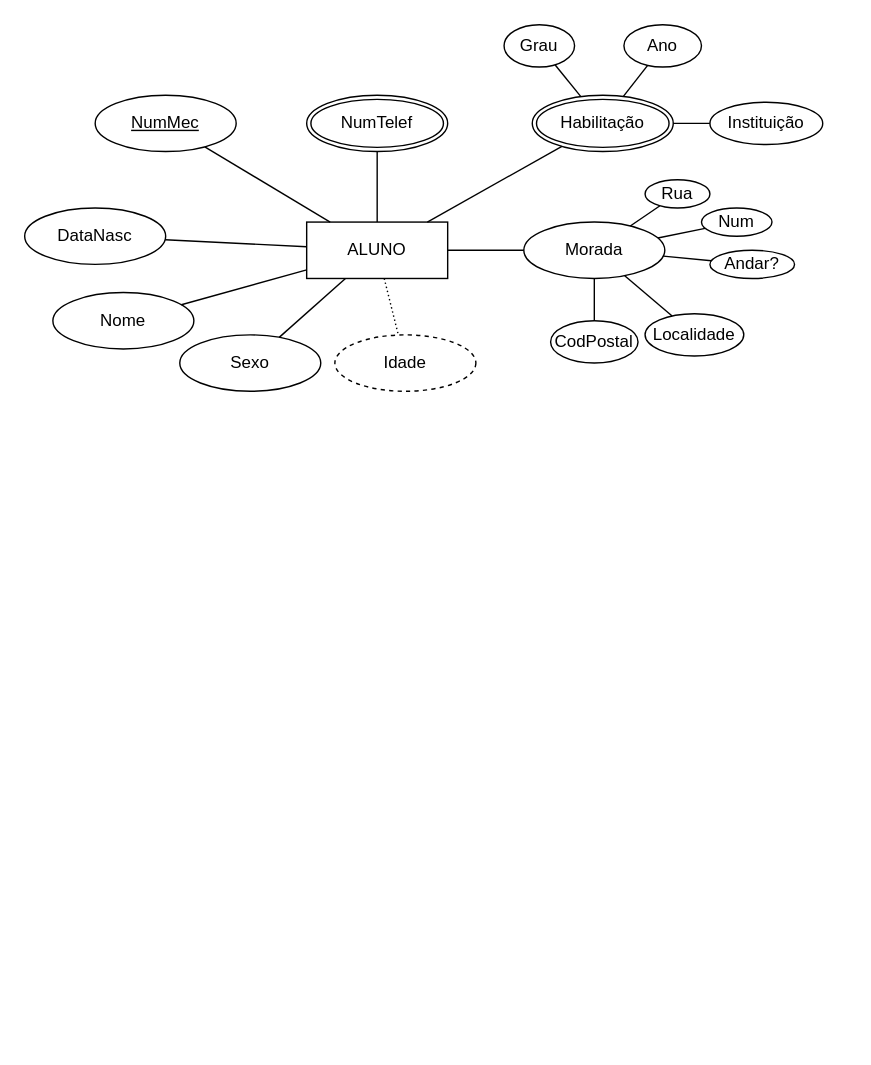
Earlier version of the draw.io diagram Diagrama_escolar.drawio (a14469oficina/Diagrama). Source tidied: cells renumbered, new cells numbered last; positions are measured from the earlier drawing's top-left corner, leaving out a move shared by most shapes. Both pictures are drawn from the tidied source at 141%, with x=0, y=0 at pixel (24, 24).
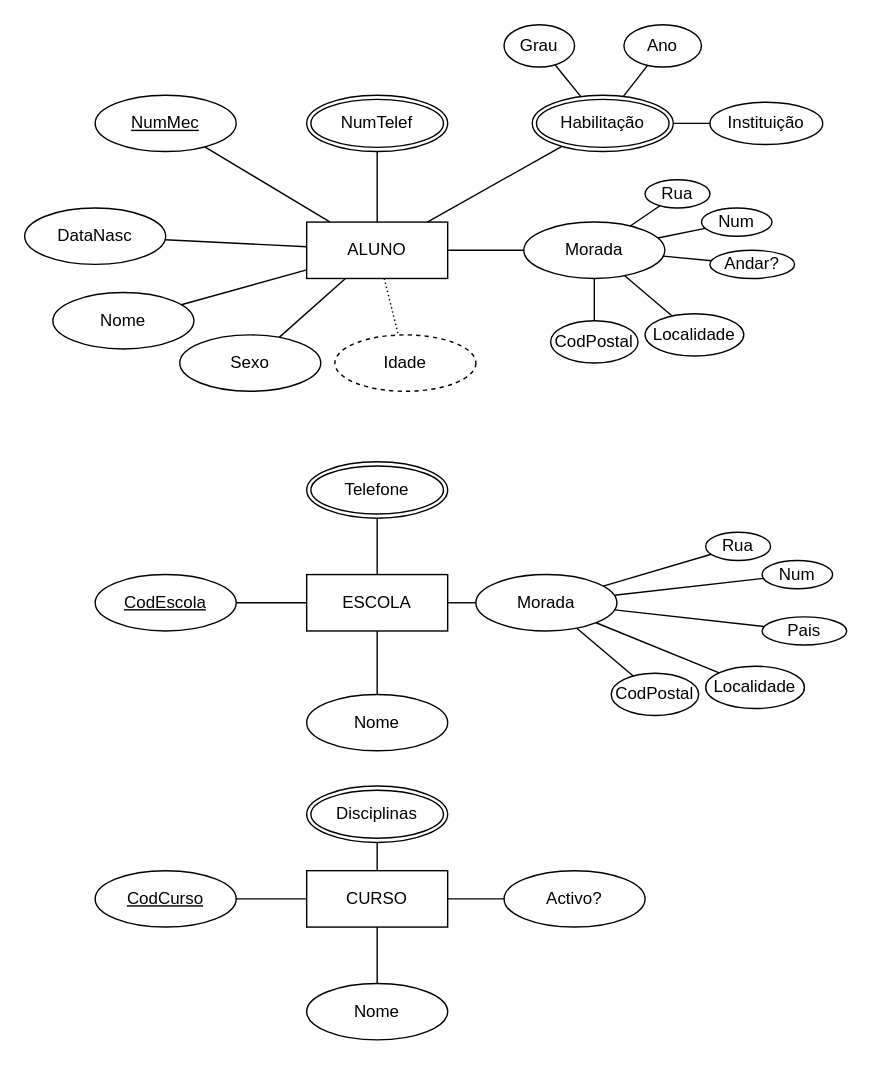
The same page after the edit.

The edit, as a diff of the source:
```diff
@@
+    <mxCell id="35" value="ESCOLA" style="whiteSpace=wrap;html=1;align=center;" parent="1" vertex="1">
+      <mxGeometry x="200" y="390" width="100" height="40" as="geometry" />
+    </mxCell>
+    <mxCell id="36" value="Nome" style="ellipse;whiteSpace=wrap;html=1;align=center;" parent="1" vertex="1">
+      <mxGeometry x="200" y="475" width="100" height="40" as="geometry" />
+    </mxCell>
+    <mxCell id="37" value="CodEscola" style="ellipse;whiteSpace=wrap;html=1;align=center;fontStyle=4;" parent="1" vertex="1">
+      <mxGeometry x="50" y="390" width="100" height="40" as="geometry" />
+    </mxCell>
+    <mxCell id="38" style="endArrow=none;html=1;rounded=0;" parent="1" edge="1" source="37" target="35">
+      <mxGeometry relative="1" as="geometry" />
+    </mxCell>
+    <mxCell id="39" style="endArrow=none;html=1;rounded=0;" parent="1" edge="1" source="36" target="35">
+      <mxGeometry relative="1" as="geometry" />
+    </mxCell>
+    <mxCell id="40" value="Telefone" style="ellipse;shape=doubleEllipse;margin=3;whiteSpace=wrap;html=1;align=center;" parent="1" vertex="1">
+      <mxGeometry x="200" y="310" width="100" height="40" as="geometry" />
+    </mxCell>
+    <mxCell id="41" style="endArrow=none;html=1;rounded=0;" parent="1" edge="1" source="40" target="35">
+      <mxGeometry relative="1" as="geometry" />
+    </mxCell>
+    <mxCell id="42" value="Morada" style="ellipse;whiteSpace=wrap;html=1;align=center;" parent="1" vertex="1">
+      <mxGeometry x="320" y="390" width="100" height="40" as="geometry" />
+    </mxCell>
+    <mxCell id="43" value="CodPostal" style="ellipse;whiteSpace=wrap;html=1;align=center;" parent="1" vertex="1">
+      <mxGeometry x="416" y="460" width="62" height="30" as="geometry" />
+    </mxCell>
+    <mxCell id="44" style="endArrow=none;html=1;rounded=0;" parent="1" edge="1" source="42" target="43">
+      <mxGeometry relative="1" as="geometry" />
+    </mxCell>
+    <mxCell id="45" value="Localidade" style="ellipse;whiteSpace=wrap;html=1;align=center;" parent="1" vertex="1">
+      <mxGeometry x="483" y="455" width="70" height="30" as="geometry" />
+    </mxCell>
+    <mxCell id="46" style="endArrow=none;html=1;rounded=0;" parent="1" edge="1" source="42" target="45">
+      <mxGeometry relative="1" as="geometry" />
+    </mxCell>
+    <mxCell id="47" value="Pais" style="ellipse;whiteSpace=wrap;html=1;align=center;" parent="1" vertex="1">
+      <mxGeometry x="523" y="420" width="60" height="20" as="geometry" />
+    </mxCell>
+    <mxCell id="48" style="endArrow=none;html=1;rounded=0;" parent="1" edge="1" source="42" target="47">
+      <mxGeometry relative="1" as="geometry" />
+    </mxCell>
+    <mxCell id="49" value="Num" style="ellipse;whiteSpace=wrap;html=1;align=center;" parent="1" vertex="1">
+      <mxGeometry x="523" y="380" width="50" height="20" as="geometry" />
+    </mxCell>
+    <mxCell id="50" style="endArrow=none;html=1;rounded=0;" parent="1" edge="1" source="42" target="49">
+      <mxGeometry relative="1" as="geometry" />
+    </mxCell>
+    <mxCell id="51" value="Rua" style="ellipse;whiteSpace=wrap;html=1;align=center;" parent="1" vertex="1">
+      <mxGeometry x="483" y="360" width="46" height="20" as="geometry" />
+    </mxCell>
+    <mxCell id="52" style="endArrow=none;html=1;rounded=0;" parent="1" edge="1" source="42" target="51">
+      <mxGeometry relative="1" as="geometry" />
+    </mxCell>
+    <mxCell id="53" style="endArrow=none;html=1;rounded=0;" parent="1" edge="1" source="35" target="42">
+      <mxGeometry relative="1" as="geometry" />
+    </mxCell>
+    <mxCell id="54" value="CURSO" style="whiteSpace=wrap;html=1;align=center;" parent="1" vertex="1">
+      <mxGeometry x="200" y="600" width="100" height="40" as="geometry" />
+    </mxCell>
+    <mxCell id="55" value="CodCurso" style="ellipse;whiteSpace=wrap;html=1;align=center;fontStyle=4;" parent="1" vertex="1">
+      <mxGeometry x="50" y="600" width="100" height="40" as="geometry" />
+    </mxCell>
+    <mxCell id="56" style="endArrow=none;html=1;rounded=0;" parent="1" edge="1" source="55" target="54">
+      <mxGeometry relative="1" as="geometry" />
+    </mxCell>
+    <mxCell id="57" value="Nome" style="ellipse;whiteSpace=wrap;html=1;align=center;" parent="1" vertex="1">
+      <mxGeometry x="200" y="680" width="100" height="40" as="geometry" />
+    </mxCell>
+    <mxCell id="58" style="endArrow=none;html=1;rounded=0;" parent="1" edge="1" source="54" target="57">
+      <mxGeometry relative="1" as="geometry" />
+    </mxCell>
+    <mxCell id="59" value="Disciplinas" style="ellipse;shape=doubleEllipse;margin=3;whiteSpace=wrap;html=1;align=center;" parent="1" vertex="1">
+      <mxGeometry x="200" y="540" width="100" height="40" as="geometry" />
+    </mxCell>
+    <mxCell id="60" style="endArrow=none;html=1;rounded=0;" parent="1" edge="1" source="59" target="54">
+      <mxGeometry relative="1" as="geometry" />
+    </mxCell>
+    <mxCell id="61" value="Activo?" style="ellipse;whiteSpace=wrap;html=1;align=center;" parent="1" vertex="1">
+      <mxGeometry x="340" y="600" width="100" height="40" as="geometry" />
+    </mxCell>
+    <mxCell id="62" style="endArrow=none;html=1;rounded=0;" parent="1" edge="1" source="54" target="61">
+      <mxGeometry relative="1" as="geometry" />
+    </mxCell>
```
